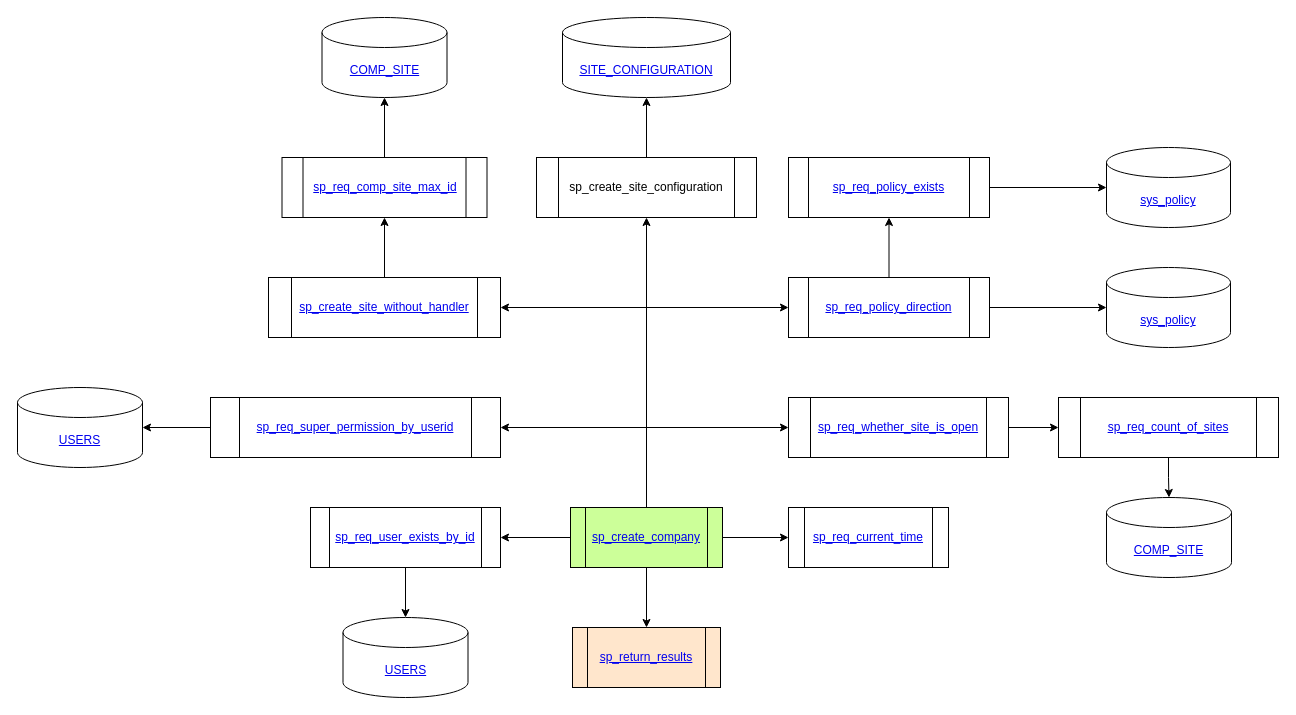
The draw.io diagram sp_create_site.drawio in Leo-Nam/chium_draw, before the edit. Source tidied: cells renumbered, new cells numbered last; positions are measured from the earlier drawing's top-left corner, leaving out a move shared by most shapes. Both pictures are drawn from the tidied source at 100%, with x=0, y=0 at pixel (17, 17).
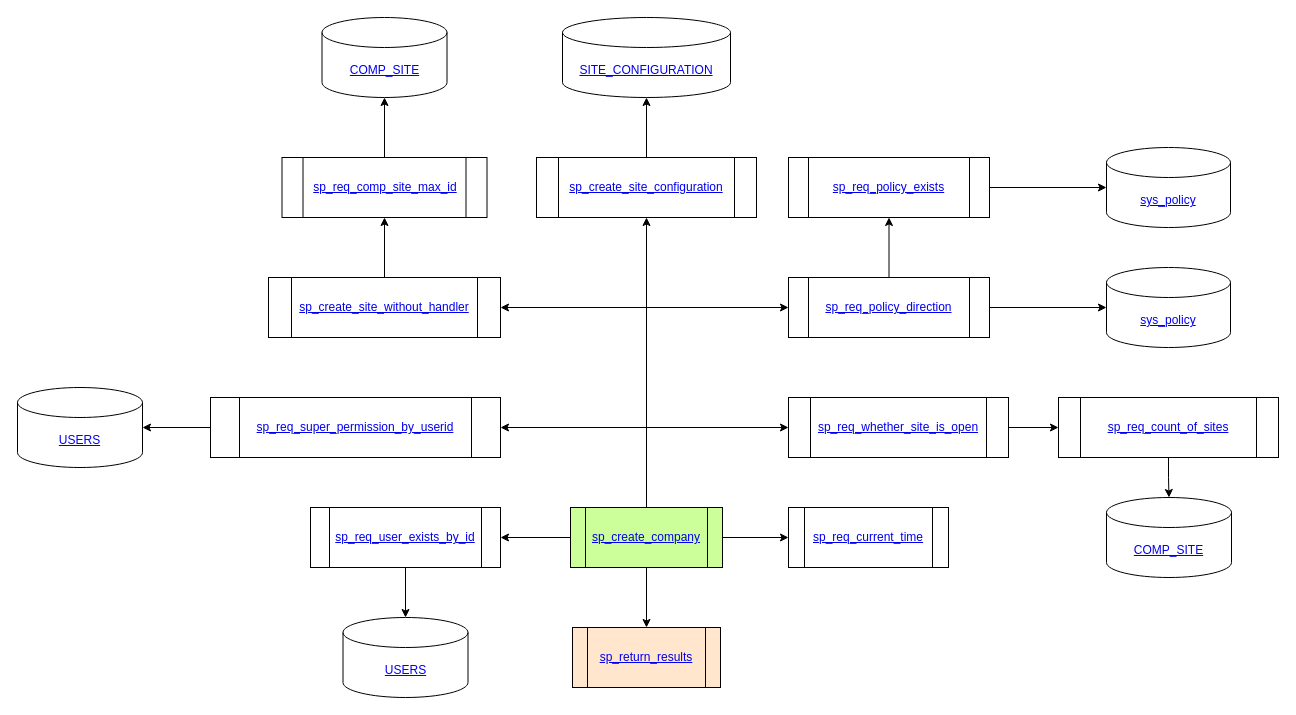
The same diagram, later.

Commit message:
sp_insert_collector_wste_lists

What changed in the source:
```diff
@@
-    <mxCell id="27" value="sp_create_site_configuration" style="shape=process;whiteSpace=wrap;html=1;backgroundOutline=1;rounded=0;" parent="1" vertex="1">
+    <mxCell id="27" value="&lt;a href=&quot;https://github.com/Leo-Nam/chium_draw/blob/master/sp_create_site_configuration.drawio&quot;&gt;sp_create_site_configuration&lt;/a&gt;" style="shape=process;whiteSpace=wrap;html=1;backgroundOutline=1;rounded=0;" parent="1" vertex="1">
       <mxGeometry x="519" y="140" width="220" height="60" as="geometry" />
     </mxCell>
```
